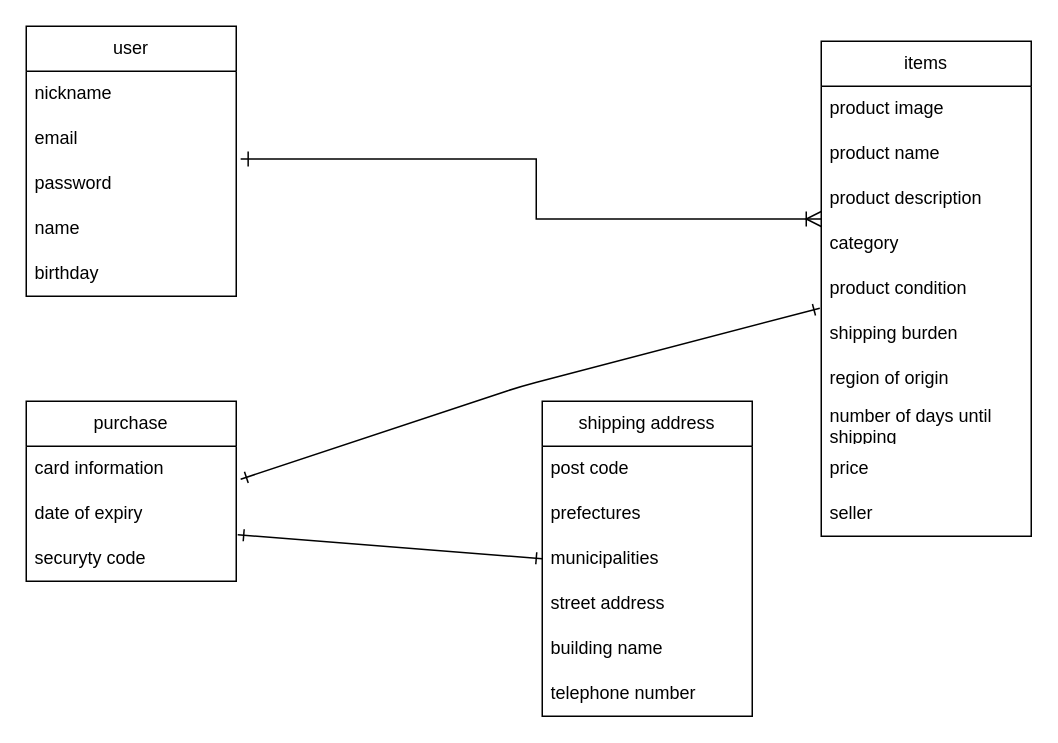
The draw.io diagram app/views/test.dio in nagano19840910/furima-40222, before the edit. Source tidied: cells renumbered, new cells numbered last; positions are measured from the earlier drawing's top-left corner, leaving out a move shared by most shapes. Both pictures are drawn from the tidied source at 150%, with x=0, y=0 at pixel (26, 26).
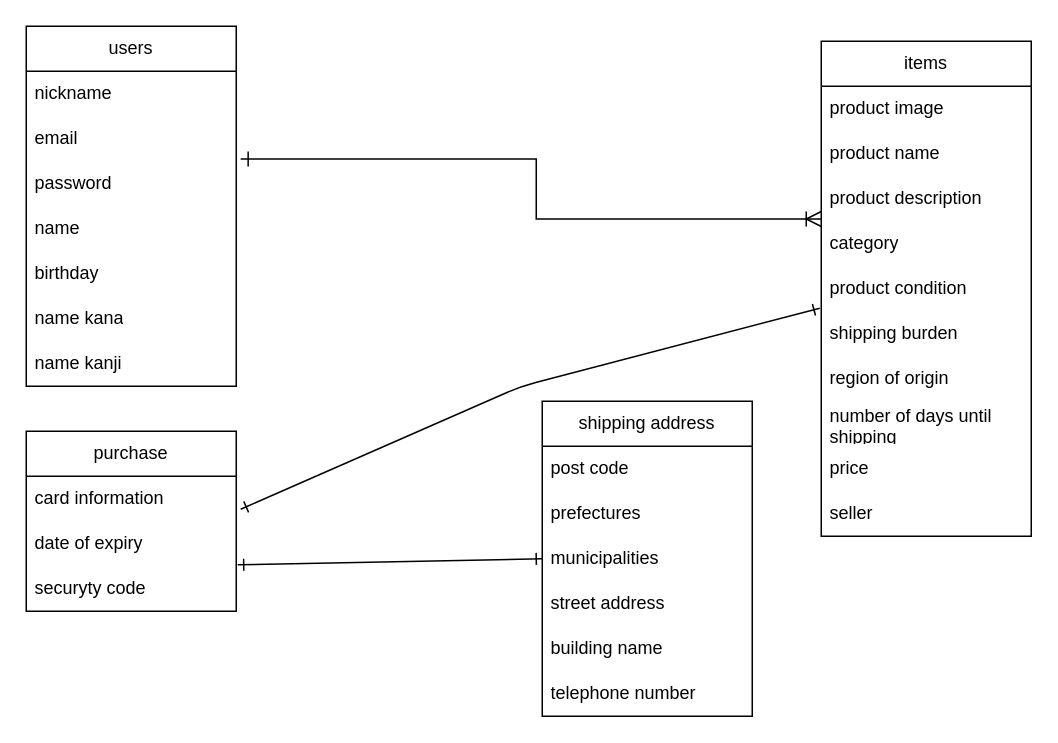
The same page after the edit.

Commit message (it also covers changes not shown here):
データベースコミット３

The edit, as a diff of the source:
```diff
@@
-    <mxCell id="2" value="user" style="swimlane;fontStyle=0;horizontal=1;startSize=30;whiteSpace=wrap;html=1;" parent="1" vertex="1">
-      <mxGeometry width="140" height="180" as="geometry" />
+    <mxCell id="2" value="users" style="swimlane;fontStyle=0;horizontal=1;startSize=30;whiteSpace=wrap;html=1;" parent="1" vertex="1">
+      <mxGeometry width="140" height="240" as="geometry" />
     </mxCell>
@@
+    <mxCell id="33" value="name kana" style="text;strokeColor=none;fillColor=none;align=left;verticalAlign=middle;spacingLeft=4;spacingRight=4;overflow=hidden;whiteSpace=wrap;html=1;" parent="2" vertex="1">
+      <mxGeometry y="180" width="140" height="30" as="geometry" />
+    </mxCell>
+    <mxCell id="34" value="name kanji" style="text;strokeColor=none;fillColor=none;align=left;verticalAlign=middle;spacingLeft=4;spacingRight=4;overflow=hidden;whiteSpace=wrap;html=1;" parent="2" vertex="1">
+      <mxGeometry y="210" width="140" height="30" as="geometry" />
+    </mxCell>
@@
     <mxCell id="20" value="purchase" style="swimlane;fontStyle=0;horizontal=1;startSize=30;whiteSpace=wrap;html=1;" parent="1" vertex="1">
-      <mxGeometry y="250" width="140" height="120" as="geometry" />
+      <mxGeometry y="270" width="140" height="120" as="geometry" />
     </mxCell>
```
